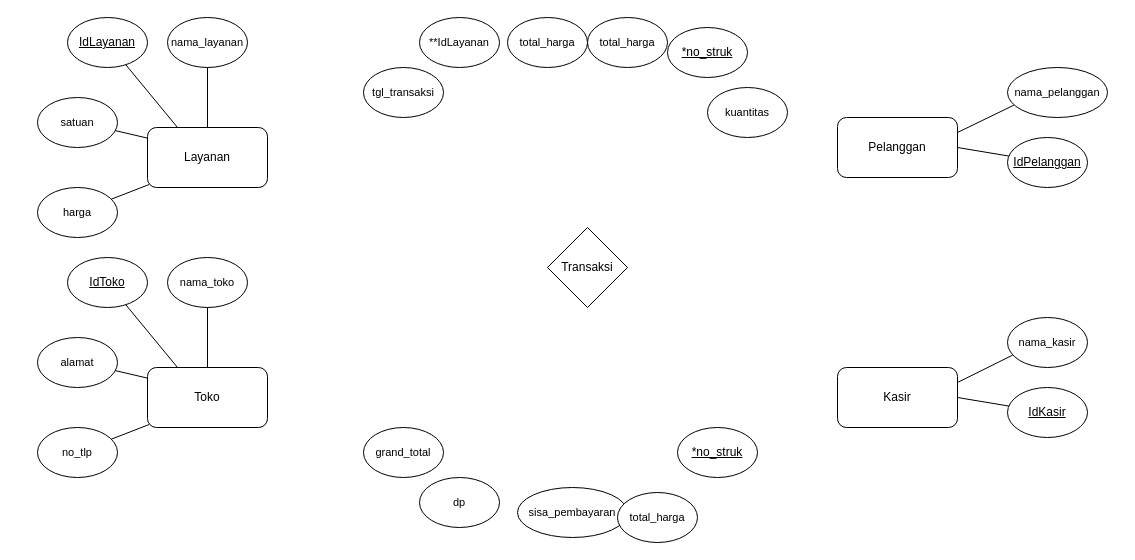
Earlier version of the draw.io diagram Untitled Diagram.drawio (xnoname2003/flowchart). Source tidied: cells renumbered, new cells numbered last; positions are measured from the earlier drawing's top-left corner, leaving out a move shared by most shapes. Both pictures are drawn from the tidied source at 100%, with x=0, y=0 at pixel (37, 17).
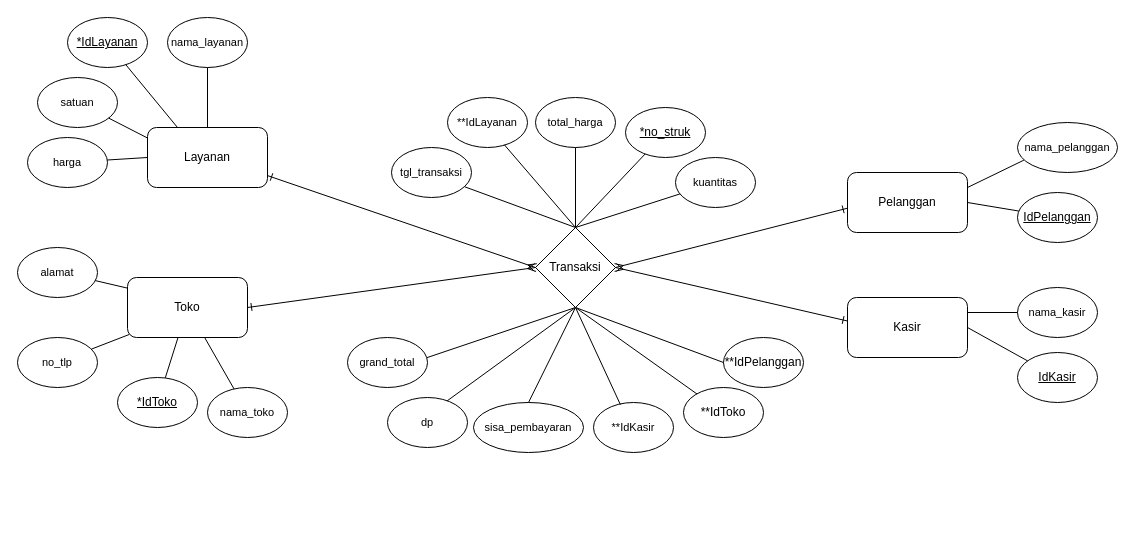
The same page after the edit.

Unchanged cells that the change refers to:
```xml
<mxCell id="2" value="Layanan" style="rounded=1;whiteSpace=wrap;html=1;" parent="1" vertex="1">
  <mxGeometry x="110" y="110" width="120" height="60" as="geometry" />
</mxCell>
```

The edit, as a diff of the source:
```diff
@@
-    <mxCell id="3" value="&lt;u&gt;IdLayanan&lt;/u&gt;" style="ellipse;whiteSpace=wrap;html=1;" parent="1" vertex="1">
+    <mxCell id="3" value="&lt;u&gt;*IdLayanan&lt;/u&gt;" style="ellipse;whiteSpace=wrap;html=1;" parent="1" vertex="1">
       <mxGeometry x="30" width="80" height="50" as="geometry" />
     </mxCell>
@@
     <mxCell id="5" value="&lt;font style=&quot;font-size: 11px;&quot;&gt;satuan&lt;/font&gt;" style="ellipse;whiteSpace=wrap;html=1;" parent="1" vertex="1">
-      <mxGeometry y="80" width="80" height="50" as="geometry" />
+      <mxGeometry y="60" width="80" height="50" as="geometry" />
     </mxCell>
     <mxCell id="6" value="&lt;font style=&quot;font-size: 11px;&quot;&gt;harga&lt;/font&gt;" style="ellipse;whiteSpace=wrap;html=1;" parent="1" vertex="1">
-      <mxGeometry y="170" width="80" height="50" as="geometry" />
+      <mxGeometry x="-10" y="120" width="80" height="50" as="geometry" />
     </mxCell>
@@
-    <mxCell id="8" style="endArrow=none;html=1;rounded=0;exitX=0.014;exitY=0.95;exitDx=0;exitDy=0;exitPerimeter=0;" parent="1" edge="1" source="2" target="6">
+    <mxCell id="8" style="endArrow=none;html=1;rounded=0;exitX=0;exitY=0.5;exitDx=0;exitDy=0;" parent="1" edge="1" source="2" target="6">
       <mxGeometry relative="1" as="geometry" />
     </mxCell>
@@
     <mxCell id="11" value="Toko" style="rounded=1;whiteSpace=wrap;html=1;" parent="1" vertex="1">
-      <mxGeometry x="110" y="350" width="120" height="60" as="geometry" />
+      <mxGeometry x="90" y="260" width="120" height="60" as="geometry" />
     </mxCell>
-    <mxCell id="12" value="&lt;u&gt;IdToko&lt;/u&gt;" style="ellipse;whiteSpace=wrap;html=1;" parent="1" vertex="1">
-      <mxGeometry x="30" y="240" width="80" height="50" as="geometry" />
+    <mxCell id="12" value="&lt;u&gt;*IdToko&lt;/u&gt;" style="ellipse;whiteSpace=wrap;html=1;" parent="1" vertex="1">
+      <mxGeometry x="80" y="360" width="80" height="50" as="geometry" />
     </mxCell>
     <mxCell id="13" value="&lt;font style=&quot;font-size: 11px;&quot;&gt;nama_toko&lt;/font&gt;" style="ellipse;whiteSpace=wrap;html=1;" parent="1" vertex="1">
-      <mxGeometry x="130" y="240" width="80" height="50" as="geometry" />
+      <mxGeometry x="170" y="370" width="80" height="50" as="geometry" />
     </mxCell>
     <mxCell id="14" value="&lt;font style=&quot;font-size: 11px;&quot;&gt;alamat&lt;/font&gt;" style="ellipse;whiteSpace=wrap;html=1;" parent="1" vertex="1">
-      <mxGeometry y="320" width="80" height="50" as="geometry" />
+      <mxGeometry x="-20" y="230" width="80" height="50" as="geometry" />
     </mxCell>
     <mxCell id="15" value="&lt;font style=&quot;font-size: 11px;&quot;&gt;no_tlp&lt;/font&gt;" style="ellipse;whiteSpace=wrap;html=1;" parent="1" vertex="1">
-      <mxGeometry y="410" width="80" height="50" as="geometry" />
+      <mxGeometry x="-20" y="320" width="80" height="50" as="geometry" />
     </mxCell>
-    <mxCell id="16" style="endArrow=none;html=1;rounded=0;exitX=0.5;exitY=0;exitDx=0;exitDy=0;entryX=0.5;entryY=1;entryDx=0;entryDy=0;" parent="1" edge="1" source="11" target="13">
+    <mxCell id="16" style="endArrow=none;html=1;rounded=0;" parent="1" edge="1" source="11" target="13">
       <mxGeometry relative="1" as="geometry" />
     </mxCell>
@@
-    <mxCell id="19" style="endArrow=none;html=1;rounded=0;exitX=0.25;exitY=0;exitDx=0;exitDy=0;" parent="1" edge="1" source="11" target="12">
+    <mxCell id="19" style="endArrow=none;html=1;rounded=0;" parent="1" edge="1" source="11" target="12">
       <mxGeometry relative="1" as="geometry" />
     </mxCell>
     <mxCell id="20" value="Kasir" style="rounded=1;whiteSpace=wrap;html=1;" parent="1" vertex="1">
-      <mxGeometry x="800" y="350" width="120" height="60" as="geometry" />
+      <mxGeometry x="810" y="280" width="120" height="60" as="geometry" />
     </mxCell>
     <mxCell id="21" value="&lt;u&gt;IdKasir&lt;/u&gt;" style="ellipse;whiteSpace=wrap;html=1;" parent="1" vertex="1">
-      <mxGeometry x="970" y="370" width="80" height="50" as="geometry" />
+      <mxGeometry x="980" y="335" width="80" height="50" as="geometry" />
     </mxCell>
     <mxCell id="22" value="&lt;font style=&quot;font-size: 11px;&quot;&gt;nama_kasir&lt;/font&gt;" style="ellipse;whiteSpace=wrap;html=1;" parent="1" vertex="1">
-      <mxGeometry x="970" y="300" width="80" height="50" as="geometry" />
+      <mxGeometry x="980" y="270" width="80" height="50" as="geometry" />
     </mxCell>
-    <mxCell id="23" style="endArrow=none;html=1;rounded=0;exitX=1;exitY=0.25;exitDx=0;exitDy=0;entryX=0.064;entryY=0.753;entryDx=0;entryDy=0;entryPerimeter=0;" parent="1" edge="1" source="20" target="22">
+    <mxCell id="23" style="endArrow=none;html=1;rounded=0;exitX=1;exitY=0.25;exitDx=0;exitDy=0;entryX=0;entryY=0.5;entryDx=0;entryDy=0;" parent="1" edge="1" source="20" target="22">
       <mxGeometry relative="1" as="geometry" />
     </mxCell>
@@
     <mxCell id="25" value="Pelanggan" style="rounded=1;whiteSpace=wrap;html=1;" parent="1" vertex="1">
-      <mxGeometry x="800" y="100" width="120" height="60" as="geometry" />
+      <mxGeometry x="810" y="155" width="120" height="60" as="geometry" />
     </mxCell>
     <mxCell id="26" value="&lt;u&gt;IdPelanggan&lt;/u&gt;" style="ellipse;whiteSpace=wrap;html=1;" parent="1" vertex="1">
-      <mxGeometry x="970" y="120" width="80" height="50" as="geometry" />
+      <mxGeometry x="980" y="175" width="80" height="50" as="geometry" />
     </mxCell>
     <mxCell id="27" value="&lt;font style=&quot;font-size: 11px;&quot;&gt;nama_pelanggan&lt;/font&gt;" style="ellipse;whiteSpace=wrap;html=1;" parent="1" vertex="1">
-      <mxGeometry x="970" y="50" width="100" height="50" as="geometry" />
+      <mxGeometry x="980" y="105" width="100" height="50" as="geometry" />
     </mxCell>
@@
     <mxCell id="30" value="Transaksi" style="rhombus;whiteSpace=wrap;html=1;" parent="1" vertex="1">
-      <mxGeometry x="510" y="210" width="80" height="80" as="geometry" />
+      <mxGeometry x="498" y="210" width="80" height="80" as="geometry" />
     </mxCell>
     <mxCell id="31" value="&lt;u&gt;*no_struk&lt;/u&gt;" style="ellipse;whiteSpace=wrap;html=1;" parent="1" vertex="1">
-      <mxGeometry x="630" y="10" width="80" height="50" as="geometry" />
+      <mxGeometry x="588" y="90" width="80" height="50" as="geometry" />
     </mxCell>
     <mxCell id="32" value="&lt;font style=&quot;font-size: 11px;&quot;&gt;**IdLayanan&lt;/font&gt;" style="ellipse;whiteSpace=wrap;html=1;" parent="1" vertex="1">
-      <mxGeometry x="382" width="80" height="50" as="geometry" />
+      <mxGeometry x="410" y="80" width="80" height="50" as="geometry" />
     </mxCell>
     <mxCell id="33" value="&lt;font style=&quot;font-size: 11px;&quot;&gt;tgl_transaksi&lt;/font&gt;" style="ellipse;whiteSpace=wrap;html=1;" parent="1" vertex="1">
-      <mxGeometry x="326" y="50" width="80" height="50" as="geometry" />
+      <mxGeometry x="354" y="130" width="80" height="50" as="geometry" />
     </mxCell>
     <mxCell id="34" value="&lt;font style=&quot;font-size: 11px;&quot;&gt;kuantitas&lt;/font&gt;" style="ellipse;whiteSpace=wrap;html=1;" parent="1" vertex="1">
-      <mxGeometry x="670" y="70" width="80" height="50" as="geometry" />
+      <mxGeometry x="638" y="140" width="80" height="50" as="geometry" />
     </mxCell>
     <mxCell id="35" value="&lt;font style=&quot;font-size: 11px;&quot;&gt;total_harga&lt;/font&gt;" style="ellipse;whiteSpace=wrap;html=1;" parent="1" vertex="1">
-      <mxGeometry x="470" width="80" height="50" as="geometry" />
+      <mxGeometry x="498" y="80" width="80" height="50" as="geometry" />
     </mxCell>
-    <mxCell id="36" value="&lt;font style=&quot;font-size: 11px;&quot;&gt;total_harga&lt;/font&gt;" style="ellipse;whiteSpace=wrap;html=1;" parent="1" vertex="1">
-      <mxGeometry x="550" width="80" height="50" as="geometry" />
-    </mxCell>
-    <mxCell id="37" value="&lt;u&gt;*no_struk&lt;/u&gt;" style="ellipse;whiteSpace=wrap;html=1;" parent="1" vertex="1">
-      <mxGeometry x="640" y="410" width="80" height="50" as="geometry" />
+    <mxCell id="37" value="**IdPelanggan" style="ellipse;whiteSpace=wrap;html=1;" parent="1" vertex="1">
+      <mxGeometry x="686" y="320" width="80" height="50" as="geometry" />
     </mxCell>
     <mxCell id="38" value="&lt;span style=&quot;font-size: 11px;&quot;&gt;dp&lt;/span&gt;" style="ellipse;whiteSpace=wrap;html=1;" parent="1" vertex="1">
-      <mxGeometry x="382" y="460" width="80" height="50" as="geometry" />
+      <mxGeometry x="350" y="380" width="80" height="50" as="geometry" />
     </mxCell>
     <mxCell id="39" value="&lt;font style=&quot;font-size: 11px;&quot;&gt;grand_total&lt;/font&gt;" style="ellipse;whiteSpace=wrap;html=1;" parent="1" vertex="1">
-      <mxGeometry x="326" y="410" width="80" height="50" as="geometry" />
+      <mxGeometry x="310" y="320" width="80" height="50" as="geometry" />
     </mxCell>
     <mxCell id="40" value="&lt;font style=&quot;font-size: 11px;&quot;&gt;sisa_pembayaran&lt;/font&gt;" style="ellipse;whiteSpace=wrap;html=1;" parent="1" vertex="1">
-      <mxGeometry x="480" y="470" width="110" height="50" as="geometry" />
+      <mxGeometry x="436" y="385" width="110" height="50" as="geometry" />
     </mxCell>
-    <mxCell id="41" value="&lt;font style=&quot;font-size: 11px;&quot;&gt;total_harga&lt;/font&gt;" style="ellipse;whiteSpace=wrap;html=1;" parent="1" vertex="1">
-      <mxGeometry x="580" y="475" width="80" height="50" as="geometry" />
+    <mxCell id="41" value="&lt;font style=&quot;font-size: 11px;&quot;&gt;**IdKasir&lt;/font&gt;" style="ellipse;whiteSpace=wrap;html=1;" parent="1" vertex="1">
+      <mxGeometry x="556" y="385" width="80" height="50" as="geometry" />
     </mxCell>
+    <mxCell id="42" value="**IdToko" style="ellipse;whiteSpace=wrap;html=1;" parent="1" vertex="1">
+      <mxGeometry x="646" y="370" width="80" height="50" as="geometry" />
+    </mxCell>
+    <mxCell id="43" style="endArrow=none;html=1;rounded=0;exitX=0.991;exitY=0.404;exitDx=0;exitDy=0;exitPerimeter=0;entryX=0.5;entryY=1;entryDx=0;entryDy=0;" parent="1" edge="1" source="39" target="30">
+      <mxGeometry relative="1" as="geometry" />
+    </mxCell>
+    <mxCell id="44" style="endArrow=none;html=1;rounded=0;exitX=0.746;exitY=0.067;exitDx=0;exitDy=0;exitPerimeter=0;entryX=0.5;entryY=1;entryDx=0;entryDy=0;" parent="1" edge="1" source="38" target="30">
+      <mxGeometry relative="1" as="geometry" />
+    </mxCell>
+    <mxCell id="45" style="endArrow=none;html=1;rounded=0;entryX=0.5;entryY=1;entryDx=0;entryDy=0;exitX=0.5;exitY=0;exitDx=0;exitDy=0;" parent="1" edge="1" source="40" target="30">
+      <mxGeometry relative="1" as="geometry" />
+    </mxCell>
+    <mxCell id="46" style="endArrow=none;html=1;rounded=0;entryX=0.5;entryY=1;entryDx=0;entryDy=0;exitX=0.336;exitY=0.041;exitDx=0;exitDy=0;exitPerimeter=0;" parent="1" edge="1" source="41" target="30">
+      <mxGeometry relative="1" as="geometry" />
+    </mxCell>
+    <mxCell id="47" style="endArrow=none;html=1;rounded=0;exitX=0.5;exitY=1;exitDx=0;exitDy=0;entryX=0.169;entryY=0.13;entryDx=0;entryDy=0;entryPerimeter=0;" parent="1" edge="1" source="30" target="42">
+      <mxGeometry relative="1" as="geometry" />
+    </mxCell>
+    <mxCell id="48" style="endArrow=none;html=1;rounded=0;exitX=0.5;exitY=1;exitDx=0;exitDy=0;entryX=0;entryY=0.5;entryDx=0;entryDy=0;" parent="1" edge="1" source="30" target="37">
+      <mxGeometry relative="1" as="geometry" />
+    </mxCell>
+    <mxCell id="49" style="endArrow=none;html=1;rounded=0;exitX=0.914;exitY=0.785;exitDx=0;exitDy=0;exitPerimeter=0;entryX=0.5;entryY=0;entryDx=0;entryDy=0;" parent="1" edge="1" source="33" target="30">
+      <mxGeometry relative="1" as="geometry" />
+    </mxCell>
+    <mxCell id="50" style="endArrow=none;html=1;rounded=0;entryX=0.71;entryY=0.945;entryDx=0;entryDy=0;entryPerimeter=0;exitX=0.5;exitY=0;exitDx=0;exitDy=0;" parent="1" edge="1" source="30" target="32">
+      <mxGeometry relative="1" as="geometry" />
+    </mxCell>
+    <mxCell id="51" style="endArrow=none;html=1;rounded=0;entryX=0.5;entryY=1;entryDx=0;entryDy=0;exitX=0.5;exitY=0;exitDx=0;exitDy=0;" parent="1" edge="1" source="30" target="35">
+      <mxGeometry relative="1" as="geometry" />
+    </mxCell>
+    <mxCell id="52" style="endArrow=none;html=1;rounded=0;exitX=0.5;exitY=0;exitDx=0;exitDy=0;" parent="1" edge="1" source="30" target="31">
+      <mxGeometry relative="1" as="geometry" />
+    </mxCell>
+    <mxCell id="53" style="endArrow=none;html=1;rounded=0;exitX=0.5;exitY=0;exitDx=0;exitDy=0;" parent="1" edge="1" source="30" target="34">
+      <mxGeometry relative="1" as="geometry" />
+    </mxCell>
+    <mxCell id="54" style="endArrow=ERmany;html=1;rounded=0;exitX=1;exitY=0.5;exitDx=0;exitDy=0;entryX=0;entryY=0.5;entryDx=0;entryDy=0;endFill=0;startArrow=ERone;startFill=0;" parent="1" edge="1" source="11" target="30">
+      <mxGeometry relative="1" as="geometry" />
+    </mxCell>
+    <mxCell id="55" style="endArrow=ERmany;html=1;rounded=0;exitX=1.002;exitY=0.803;exitDx=0;exitDy=0;exitPerimeter=0;entryX=0;entryY=0.5;entryDx=0;entryDy=0;endFill=0;startArrow=ERone;startFill=0;" parent="1" edge="1" source="2" target="30">
+      <mxGeometry relative="1" as="geometry" />
+    </mxCell>
+    <mxCell id="56" style="endArrow=ERone;html=1;rounded=0;exitX=1;exitY=0.5;exitDx=0;exitDy=0;entryX=-0.004;entryY=0.597;entryDx=0;entryDy=0;entryPerimeter=0;startArrow=ERmany;startFill=0;endFill=0;" parent="1" edge="1" source="30" target="25">
+      <mxGeometry relative="1" as="geometry" />
+    </mxCell>
+    <mxCell id="57" style="endArrow=ERone;html=1;rounded=0;exitX=1;exitY=0.5;exitDx=0;exitDy=0;entryX=-0.004;entryY=0.39;entryDx=0;entryDy=0;entryPerimeter=0;startArrow=ERmany;startFill=0;endFill=0;" parent="1" edge="1" source="30" target="20">
+      <mxGeometry relative="1" as="geometry" />
+    </mxCell>
```
